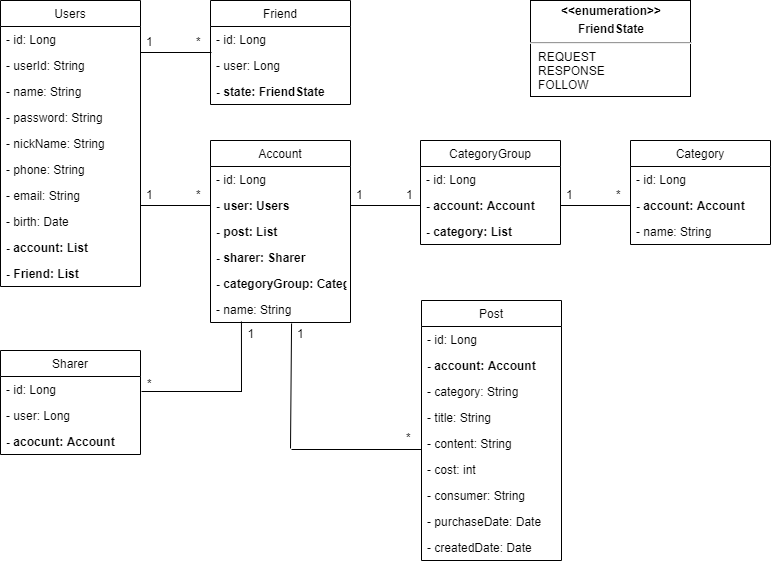
Before: image/UML.png, a diagram exported from draw.io (Kpearl/gongbu_server). Source tidied: cells renumbered, new cells last; positions are measured from the earlier drawing's top-left corner, leaving out a move shared by most shapes.
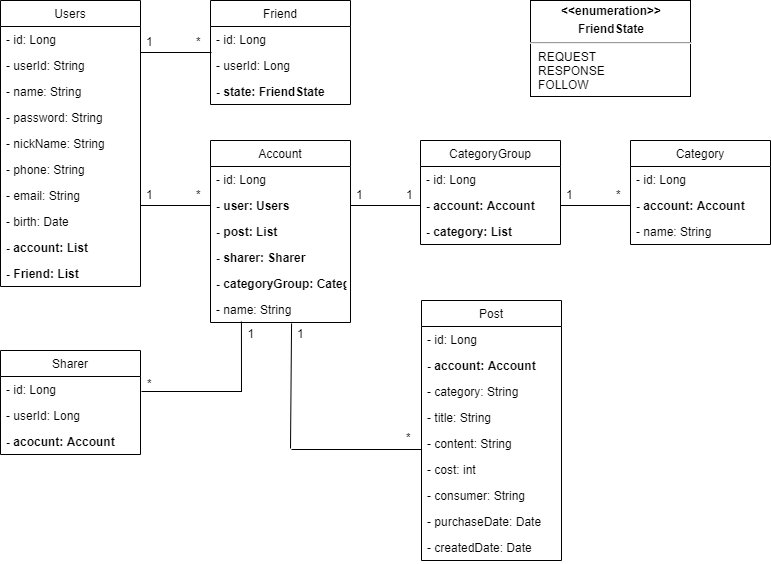
The same diagram one commit later.

The edit, as a diff of the source:
```diff
@@ -139,7 +139,7 @@
     <mxCell id="45" value="- id: Long" style="text;strokeColor=none;fillColor=none;align=left;verticalAlign=top;spacingLeft=4;spacingRight=4;overflow=hidden;" parent="44" vertex="1">
       <mxGeometry y="26" width="140" height="26" as="geometry" />
     </mxCell>
-    <mxCell id="46" value="- user: Long" style="text;strokeColor=none;fillColor=none;align=left;verticalAlign=top;spacingLeft=4;spacingRight=4;overflow=hidden;fontStyle=0;" parent="44" vertex="1">
+    <mxCell id="46" value="- userId: Long" style="text;strokeColor=none;fillColor=none;align=left;verticalAlign=top;spacingLeft=4;spacingRight=4;overflow=hidden;fontStyle=0;" parent="44" vertex="1">
       <mxGeometry y="52" width="140" height="26" as="geometry" />
     </mxCell>
     <mxCell id="47" value="- state: FriendState" style="text;strokeColor=none;fillColor=none;align=left;verticalAlign=top;spacingLeft=4;spacingRight=4;overflow=hidden;fontStyle=1;" parent="44" vertex="1">
@@ -199,7 +199,7 @@
     <mxCell id="64" value="- id: Long" style="text;strokeColor=none;fillColor=none;align=left;verticalAlign=top;spacingLeft=4;spacingRight=4;overflow=hidden;" parent="63" vertex="1">
       <mxGeometry y="26" width="140" height="26" as="geometry" />
     </mxCell>
-    <mxCell id="65" value="- user: Long" style="text;strokeColor=none;fillColor=none;align=left;verticalAlign=top;spacingLeft=4;spacingRight=4;overflow=hidden;fontStyle=0;" parent="63" vertex="1">
+    <mxCell id="65" value="- userId: Long" style="text;strokeColor=none;fillColor=none;align=left;verticalAlign=top;spacingLeft=4;spacingRight=4;overflow=hidden;fontStyle=0;" parent="63" vertex="1">
       <mxGeometry y="52" width="140" height="26" as="geometry" />
     </mxCell>
     <mxCell id="66" value="- acocunt: Account" style="text;strokeColor=none;fillColor=none;align=left;verticalAlign=top;spacingLeft=4;spacingRight=4;overflow=hidden;fontStyle=1;" parent="63" vertex="1">
```
